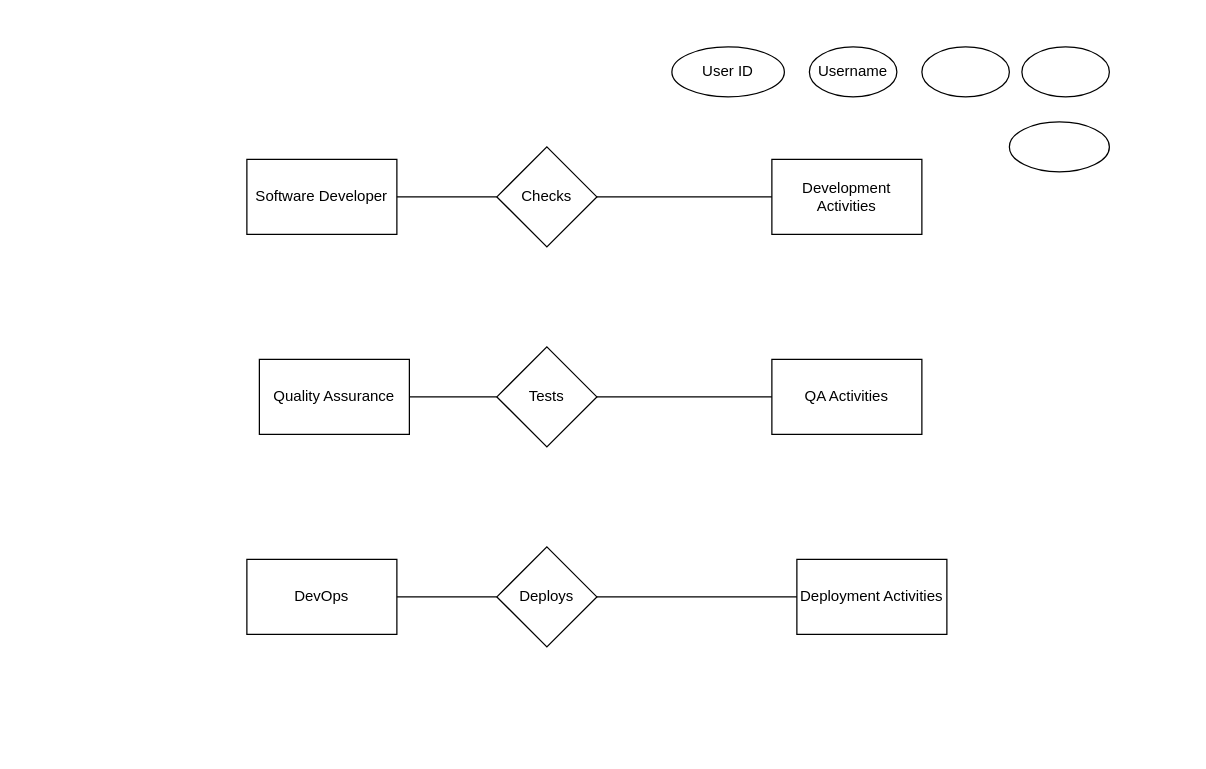
The draw.io diagram Untitled Diagram.drawio in Hassan-293/erd, before the edit. Source tidied: cells renumbered, new cells numbered last; positions are measured from the earlier drawing's top-left corner, leaving out a move shared by most shapes. Both pictures are drawn from the tidied source at 125%, with x=0, y=0 at pixel (246, 46).
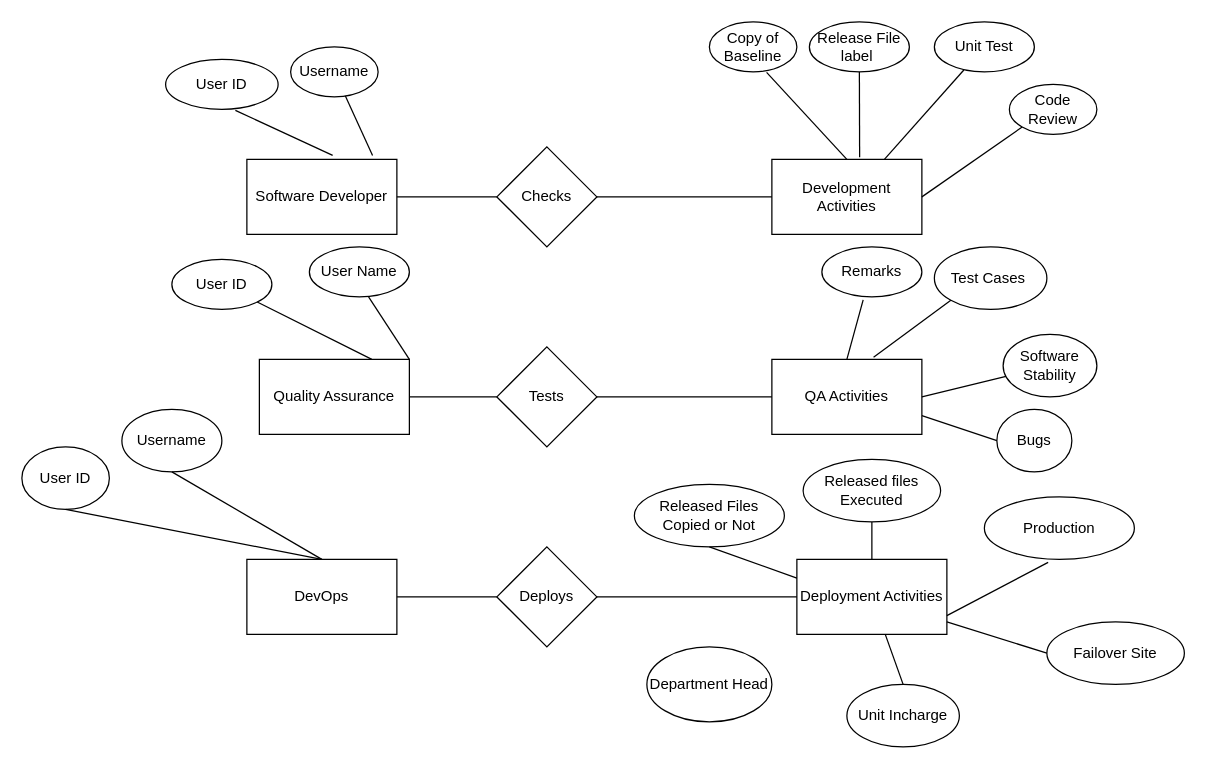
The same page after the edit.

Unchanged cells that the change refers to:
```xml
<mxCell id="5" value="Software Developer" style="rounded=0;whiteSpace=wrap;html=1;" parent="1" vertex="1">
  <mxGeometry y="90" width="120" height="60" as="geometry" />
</mxCell>
<mxCell id="6" value="Quality Assurance" style="rounded=0;whiteSpace=wrap;html=1;" parent="1" vertex="1">
  <mxGeometry x="10" y="250" width="120" height="60" as="geometry" />
</mxCell>
<mxCell id="7" value="DevOps" style="rounded=0;whiteSpace=wrap;html=1;" parent="1" vertex="1">
  <mxGeometry y="410" width="120" height="60" as="geometry" />
</mxCell>
<mxCell id="8" value="Development Activities" style="rounded=0;whiteSpace=wrap;html=1;" parent="1" vertex="1">
  <mxGeometry x="420" y="90" width="120" height="60" as="geometry" />
</mxCell>
<mxCell id="9" value="Deployment Activities" style="rounded=0;whiteSpace=wrap;html=1;" parent="1" vertex="1">
  <mxGeometry x="440" y="410" width="120" height="60" as="geometry" />
</mxCell>
<mxCell id="10" value="QA Activities" style="rounded=0;whiteSpace=wrap;html=1;" parent="1" vertex="1">
  <mxGeometry x="420" y="250" width="120" height="60" as="geometry" />
</mxCell>
```

What changed in the source:
```diff
@@
     <mxCell id="17" value="Username" style="ellipse;whiteSpace=wrap;html=1;" parent="1" vertex="1">
-      <mxGeometry x="450" width="70" height="40" as="geometry" />
+      <mxGeometry x="35" width="70" height="40" as="geometry" />
     </mxCell>
-    <mxCell id="18" style="ellipse;whiteSpace=wrap;html=1;" parent="1" vertex="1">
-      <mxGeometry x="540" width="70" height="40" as="geometry" />
+    <mxCell id="18" value="Copy of Baseline" style="ellipse;whiteSpace=wrap;html=1;" parent="1" vertex="1">
+      <mxGeometry x="370" y="-20" width="70" height="40" as="geometry" />
     </mxCell>
-    <mxCell id="19" style="ellipse;whiteSpace=wrap;html=1;" parent="1" vertex="1">
-      <mxGeometry x="620" width="70" height="40" as="geometry" />
+    <mxCell id="19" value="Release File label&amp;nbsp;" style="ellipse;whiteSpace=wrap;html=1;" parent="1" vertex="1">
+      <mxGeometry x="450" y="-20" width="80" height="40" as="geometry" />
     </mxCell>
-    <mxCell id="20" style="ellipse;whiteSpace=wrap;html=1;" parent="1" vertex="1">
-      <mxGeometry x="610" y="60" width="80" height="40" as="geometry" />
+    <mxCell id="20" value="Unit Test" style="ellipse;whiteSpace=wrap;html=1;" parent="1" vertex="1">
+      <mxGeometry x="550" y="-20" width="80" height="40" as="geometry" />
     </mxCell>
     <mxCell id="21" value="User ID" style="ellipse;whiteSpace=wrap;html=1;" parent="1" vertex="1">
-      <mxGeometry x="340" width="90" height="40" as="geometry" />
+      <mxGeometry x="-65" y="10" width="90" height="40" as="geometry" />
     </mxCell>
+    <mxCell id="22" value="Code Review" style="ellipse;whiteSpace=wrap;html=1;" parent="1" vertex="1">
+      <mxGeometry x="610" y="30" width="70" height="40" as="geometry" />
+    </mxCell>
+    <mxCell id="23" value="User ID" style="ellipse;whiteSpace=wrap;html=1;" parent="1" vertex="1">
+      <mxGeometry x="-60" y="170" width="80" height="40" as="geometry" />
+    </mxCell>
+    <mxCell id="24" style="endArrow=none;html=1;rounded=0;entryX=0.572;entryY=-0.053;entryDx=0;entryDy=0;exitX=0.62;exitY=1.02;exitDx=0;exitDy=0;exitPerimeter=0;entryPerimeter=0;" parent="1" edge="1" source="21" target="5">
+      <mxGeometry relative="1" as="geometry" />
+    </mxCell>
+    <mxCell id="25" style="endArrow=none;html=1;rounded=0;entryX=0.838;entryY=-0.053;entryDx=0;entryDy=0;entryPerimeter=0;" parent="1" edge="1" source="17" target="5">
+      <mxGeometry relative="1" as="geometry" />
+    </mxCell>
+    <mxCell id="26" style="endArrow=none;html=1;rounded=0;entryX=0.5;entryY=0;entryDx=0;entryDy=0;exitX=0.654;exitY=1.01;exitDx=0;exitDy=0;exitPerimeter=0;" parent="1" edge="1" source="18" target="8">
+      <mxGeometry relative="1" as="geometry" />
+    </mxCell>
+    <mxCell id="27" style="endArrow=none;html=1;rounded=0;entryX=0;entryY=1;entryDx=0;entryDy=0;exitX=1;exitY=0.5;exitDx=0;exitDy=0;" parent="1" edge="1" source="8" target="22">
+      <mxGeometry relative="1" as="geometry" />
+    </mxCell>
+    <mxCell id="28" style="endArrow=none;html=1;rounded=0;exitX=0.75;exitY=0;exitDx=0;exitDy=0;" parent="1" edge="1" source="8" target="20">
+      <mxGeometry relative="1" as="geometry" />
+    </mxCell>
+    <mxCell id="29" style="endArrow=none;html=1;rounded=0;entryX=0.5;entryY=1;entryDx=0;entryDy=0;exitX=0.585;exitY=-0.027;exitDx=0;exitDy=0;exitPerimeter=0;" parent="1" edge="1" source="8" target="19">
+      <mxGeometry relative="1" as="geometry" />
+    </mxCell>
+    <mxCell id="30" value="Software Stability" style="ellipse;whiteSpace=wrap;html=1;" parent="1" vertex="1">
+      <mxGeometry x="605" y="230" width="75" height="50" as="geometry" />
+    </mxCell>
+    <mxCell id="31" value="User Name" style="ellipse;whiteSpace=wrap;html=1;" parent="1" vertex="1">
+      <mxGeometry x="50" y="160" width="80" height="40" as="geometry" />
+    </mxCell>
+    <mxCell id="32" value="Test Cases&amp;nbsp;" style="ellipse;whiteSpace=wrap;html=1;" parent="1" vertex="1">
+      <mxGeometry x="550" y="160" width="90" height="50" as="geometry" />
+    </mxCell>
+    <mxCell id="33" value="Remarks" style="ellipse;whiteSpace=wrap;html=1;" parent="1" vertex="1">
+      <mxGeometry x="460" y="160" width="80" height="40" as="geometry" />
+    </mxCell>
+    <mxCell id="34" style="endArrow=none;html=1;rounded=0;exitX=0.75;exitY=0;exitDx=0;exitDy=0;" parent="1" edge="1" source="6" target="23">
+      <mxGeometry relative="1" as="geometry" />
+    </mxCell>
+    <mxCell id="35" style="endArrow=none;html=1;rounded=0;entryX=1;entryY=0;entryDx=0;entryDy=0;exitX=0.592;exitY=1;exitDx=0;exitDy=0;exitPerimeter=0;" parent="1" edge="1" source="31" target="6">
+      <mxGeometry relative="1" as="geometry" />
+    </mxCell>
+    <mxCell id="36" style="endArrow=none;html=1;rounded=0;entryX=0.413;entryY=1.06;entryDx=0;entryDy=0;entryPerimeter=0;exitX=0.5;exitY=0;exitDx=0;exitDy=0;" parent="1" edge="1" source="10" target="33">
+      <mxGeometry relative="1" as="geometry" />
+    </mxCell>
+    <mxCell id="37" style="endArrow=none;html=1;rounded=0;entryX=0;entryY=1;entryDx=0;entryDy=0;exitX=0.678;exitY=-0.027;exitDx=0;exitDy=0;exitPerimeter=0;" parent="1" edge="1" source="10" target="32">
+      <mxGeometry relative="1" as="geometry" />
+    </mxCell>
+    <mxCell id="38" style="endArrow=none;html=1;rounded=0;exitX=1;exitY=0.5;exitDx=0;exitDy=0;" parent="1" edge="1" source="10" target="30">
+      <mxGeometry relative="1" as="geometry" />
+    </mxCell>
+    <mxCell id="39" value="Bugs" style="ellipse;whiteSpace=wrap;html=1;" parent="1" vertex="1">
+      <mxGeometry x="600" y="290" width="60" height="50" as="geometry" />
+    </mxCell>
+    <mxCell id="40" style="endArrow=none;html=1;rounded=0;entryX=0;entryY=0.5;entryDx=0;entryDy=0;exitX=1;exitY=0.75;exitDx=0;exitDy=0;" parent="1" edge="1" source="10" target="39">
+      <mxGeometry relative="1" as="geometry" />
+    </mxCell>
+    <mxCell id="41" value="Username" style="ellipse;whiteSpace=wrap;html=1;" parent="1" vertex="1">
+      <mxGeometry x="-100" y="290" width="80" height="50" as="geometry" />
+    </mxCell>
+    <mxCell id="42" value="User ID" style="ellipse;whiteSpace=wrap;html=1;" parent="1" vertex="1">
+      <mxGeometry x="-180" y="320" width="70" height="50" as="geometry" />
+    </mxCell>
+    <mxCell id="43" style="endArrow=none;html=1;rounded=0;entryX=0.5;entryY=1;entryDx=0;entryDy=0;exitX=0.5;exitY=0;exitDx=0;exitDy=0;" parent="1" edge="1" source="7" target="42">
+      <mxGeometry relative="1" as="geometry" />
+    </mxCell>
+    <mxCell id="44" style="endArrow=none;html=1;rounded=0;entryX=0.5;entryY=1;entryDx=0;entryDy=0;exitX=0.5;exitY=0;exitDx=0;exitDy=0;" parent="1" edge="1" source="7" target="41">
+      <mxGeometry relative="1" as="geometry" />
+    </mxCell>
+    <mxCell id="45" value="Released Files Copied or Not" style="ellipse;whiteSpace=wrap;html=1;" parent="1" vertex="1">
+      <mxGeometry x="310" y="350" width="120" height="50" as="geometry" />
+    </mxCell>
+    <mxCell id="46" value="Production" style="ellipse;whiteSpace=wrap;html=1;" parent="1" vertex="1">
+      <mxGeometry x="590" y="360" width="120" height="50" as="geometry" />
+    </mxCell>
+    <mxCell id="47" style="endArrow=none;html=1;rounded=0;entryX=0.5;entryY=1;entryDx=0;entryDy=0;exitX=0;exitY=0.25;exitDx=0;exitDy=0;" parent="1" edge="1" source="9" target="45">
+      <mxGeometry relative="1" as="geometry" />
+    </mxCell>
+    <mxCell id="48" value="Failover Site" style="ellipse;whiteSpace=wrap;html=1;" parent="1" vertex="1">
+      <mxGeometry x="640" y="460" width="110" height="50" as="geometry" />
+    </mxCell>
+    <mxCell id="49" value="Released files Executed" style="ellipse;whiteSpace=wrap;html=1;" parent="1" vertex="1">
+      <mxGeometry x="445" y="330" width="110" height="50" as="geometry" />
+    </mxCell>
+    <mxCell id="50" style="endArrow=none;html=1;rounded=0;entryX=0.5;entryY=1;entryDx=0;entryDy=0;exitX=0.5;exitY=0;exitDx=0;exitDy=0;" parent="1" edge="1" source="9" target="49">
+      <mxGeometry relative="1" as="geometry" />
+    </mxCell>
+    <mxCell id="51" style="endArrow=none;html=1;rounded=0;entryX=0.425;entryY=1.048;entryDx=0;entryDy=0;entryPerimeter=0;exitX=1;exitY=0.75;exitDx=0;exitDy=0;" parent="1" edge="1" source="9" target="46">
+      <mxGeometry relative="1" as="geometry" />
+    </mxCell>
+    <mxCell id="52" style="endArrow=none;html=1;rounded=0;entryX=0;entryY=0.5;entryDx=0;entryDy=0;" parent="1" edge="1" target="48">
+      <mxGeometry relative="1" as="geometry">
+        <mxPoint x="560" y="460" as="sourcePoint" />
+      </mxGeometry>
+    </mxCell>
+    <mxCell id="53" value="Department Head" style="ellipse;whiteSpace=wrap;html=1;" parent="1" vertex="1">
+      <mxGeometry x="320" y="480" width="100" height="60" as="geometry" />
+    </mxCell>
+    <mxCell id="54" value="Unit Incharge" style="ellipse;whiteSpace=wrap;html=1;" parent="1" vertex="1">
+      <mxGeometry x="480" y="510" width="90" height="50" as="geometry" />
+    </mxCell>
+    <mxCell id="55" style="endArrow=none;html=1;rounded=0;entryX=0.5;entryY=0;entryDx=0;entryDy=0;" parent="1" edge="1" source="9" target="54">
+      <mxGeometry relative="1" as="geometry" />
+    </mxCell>
```
